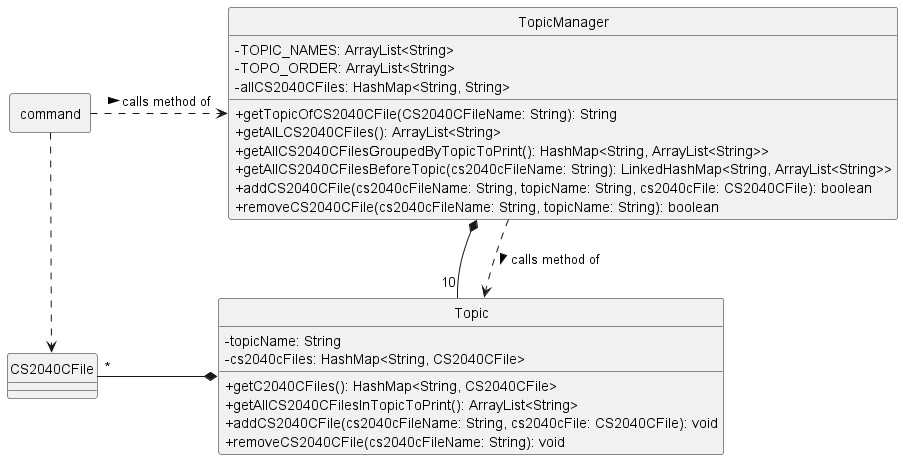
Above: docs/class-diagrams/diagrams/TopicManagerClass.png in ong-ck/tp (PlantUML), before the change.
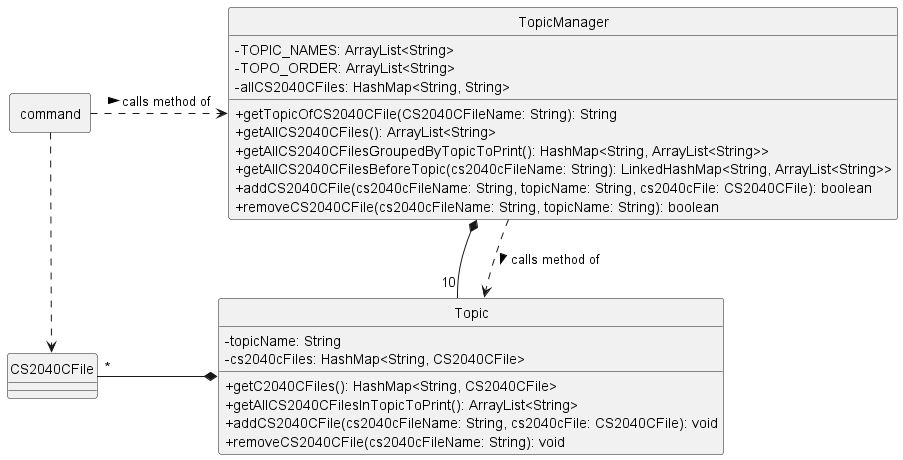
Later version of the same file.

Commit message:
Add Logic sequence diagram

The edit, as a diff of the source:
```diff
@@ -14,7 +14,7 @@
     -TOPO_ORDER: ArrayList<String>
     -allCS2040CFiles: HashMap<String, String>
     +getTopicOfCS2040CFile(CS2040CFileName: String): String
-    +getAlLCS2040CFiles(): ArrayList<String>
+    +getAllCS2040CFiles(): ArrayList<String>
     +getAllCS2040CFilesGroupedByTopicToPrint(): HashMap<String, ArrayList<String>>
     +getAllCS2040CFilesBeforeTopic(cs2040cFileName: String): LinkedHashMap<String, ArrayList<String>>
     +addCS2040CFile(cs2040cFileName: String, topicName: String, cs2040cFile: CS2040CFile): boolean
```
